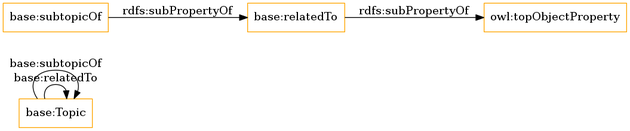
lsarni/OntoCIS keeps this Graphviz diagram as OnToology/topics.owl/diagrams/ar2dtool-class/topics.owl.png. Above is the earlier version. Its source is kept beside it as OnToology/topics.owl/diagrams/ar2dtool-class/topics.owl.png.dot.
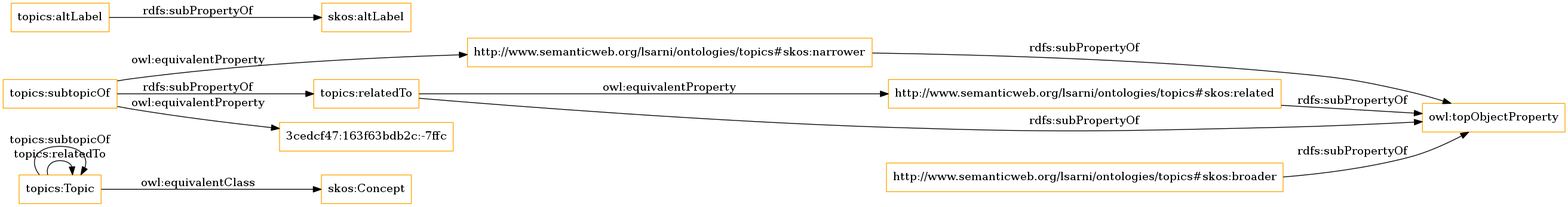
The same file after the commit.

Change to the diagram source:
```diff
@@ -1,10 +1,18 @@
 digraph ar2dtool_diagram {
 rankdir=LR;
 size="1501"
-node [shape = rectangle, color="orange"]; "base:Topic" ; /*classes style*/
-	"base:relatedTo" -> "owl:topObjectProperty" [ label = "rdfs:subPropertyOf" ];
-	"base:subtopicOf" -> "base:relatedTo" [ label = "rdfs:subPropertyOf" ];
-	"base:Topic" -> "base:Topic" [ label = "base:relatedTo" ];
-	"base:Topic" -> "base:Topic" [ label = "base:subtopicOf" ];
+node [shape = rectangle, color="orange"]; "skos:Concept" "topics:Topic" ; /*classes style*/
+	"http://www.semanticweb.org/lsarni/ontologies/topics#skos:related" -> "owl:topObjectProperty" [ label = "rdfs:subPropertyOf" ];
+	"http://www.semanticweb.org/lsarni/ontologies/topics#skos:narrower" -> "owl:topObjectProperty" [ label = "rdfs:subPropertyOf" ];
+	"topics:subtopicOf" -> "http://www.semanticweb.org/lsarni/ontologies/topics#skos:narrower" [ label = "owl:equivalentProperty" ];
+	"topics:subtopicOf" -> "topics:relatedTo" [ label = "rdfs:subPropertyOf" ];
+	"topics:subtopicOf" -> "3cedcf47:163f63bdb2c:-7ffc" [ label = "owl:equivalentProperty" ];
+	"topics:Topic" -> "skos:Concept" [ label = "owl:equivalentClass" ];
+	"topics:relatedTo" -> "http://www.semanticweb.org/lsarni/ontologies/topics#skos:related" [ label = "owl:equivalentProperty" ];
+	"topics:relatedTo" -> "owl:topObjectProperty" [ label = "rdfs:subPropertyOf" ];
+	"http://www.semanticweb.org/lsarni/ontologies/topics#skos:broader" -> "owl:topObjectProperty" [ label = "rdfs:subPropertyOf" ];
+	"topics:altLabel" -> "skos:altLabel" [ label = "rdfs:subPropertyOf" ];
+	"topics:Topic" -> "topics:Topic" [ label = "topics:relatedTo" ];
+	"topics:Topic" -> "topics:Topic" [ label = "topics:subtopicOf" ];
 
 }
```
